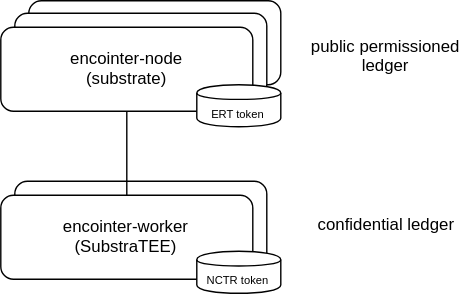
Before: doc/Cantillon-Testnet-Overview.svg, a diagram exported from draw.io (scs/substraTEE-node-pre2.0.0). Source tidied: cells renumbered, new cells last; positions are measured from the earlier drawing's top-left corner, leaving out a move shared by most shapes.
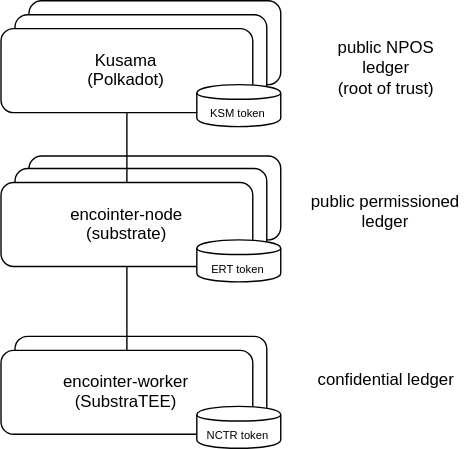
The same file after the commit.

Commit message:
add kusama layer

What changed in the source:
```diff
@@ -2,6 +2,12 @@
   <root>
     <mxCell id="0" />
     <mxCell id="1" parent="0" />
+    <mxCell id="12" value="Kusama" style="rounded=1;whiteSpace=wrap;html=1;" parent="1" vertex="1">
+      <mxGeometry x="20" y="-111" width="180" height="60" as="geometry" />
+    </mxCell>
+    <mxCell id="13" value="Kusama" style="rounded=1;whiteSpace=wrap;html=1;" parent="1" vertex="1">
+      <mxGeometry x="10" y="-101" width="180" height="60" as="geometry" />
+    </mxCell>
     <mxCell id="2" value="SubstraTEE-worker" style="rounded=1;whiteSpace=wrap;html=1;" parent="1" vertex="1">
       <mxGeometry x="10" y="129" width="180" height="60" as="geometry" />
     </mxCell>
@@ -32,5 +38,17 @@
     <mxCell id="11" value="confidential ledger" style="text;html=1;strokeColor=none;fillColor=none;align=center;verticalAlign=middle;whiteSpace=wrap;rounded=0;" parent="1" vertex="1">
       <mxGeometry x="220" y="149" width="110" height="20" as="geometry" />
     </mxCell>
+    <mxCell id="14" value="&lt;div&gt;Kusama&lt;/div&gt;&lt;div&gt;(Polkadot)&lt;br&gt;&lt;/div&gt;" style="rounded=1;whiteSpace=wrap;html=1;" parent="1" vertex="1">
+      <mxGeometry y="-91" width="180" height="60" as="geometry" />
+    </mxCell>
+    <mxCell id="15" style="endArrow=none;html=1;entryX=0.5;entryY=1;entryDx=0;entryDy=0;exitX=0.5;exitY=0;exitDx=0;exitDy=0;" parent="1" edge="1" source="5" target="14">
+      <mxGeometry relative="1" as="geometry" />
+    </mxCell>
+    <mxCell id="16" value="&lt;div&gt;public NPOS ledger&lt;/div&gt;&lt;div&gt;(root of trust)&lt;br&gt;&lt;/div&gt;" style="text;html=1;strokeColor=none;fillColor=none;align=center;verticalAlign=middle;whiteSpace=wrap;rounded=0;" parent="1" vertex="1">
+      <mxGeometry x="220" y="-81" width="110" height="20" as="geometry" />
+    </mxCell>
+    <mxCell id="17" value="&lt;font style=&quot;font-size: 8px&quot;&gt;KSM token&lt;/font&gt;" style="shape=cylinder;whiteSpace=wrap;html=1;boundedLbl=1;backgroundOutline=1;" parent="1" vertex="1">
+      <mxGeometry x="140" y="-51" width="60" height="30" as="geometry" />
+    </mxCell>
   </root>
 </mxGraphModel>
```
